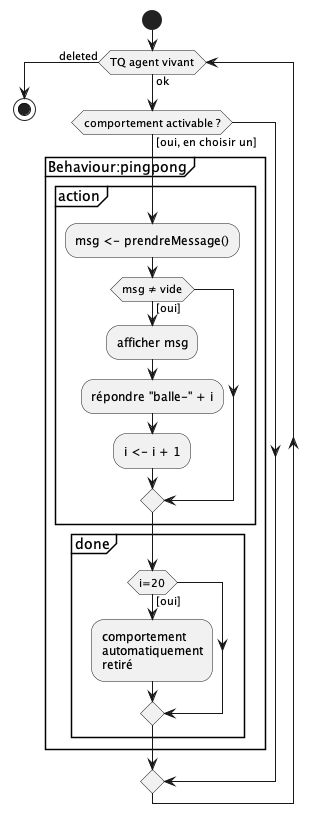
Earlier version of the PlantUML export pingPong/compPingPong.png (EmmanuelADAM/jade).
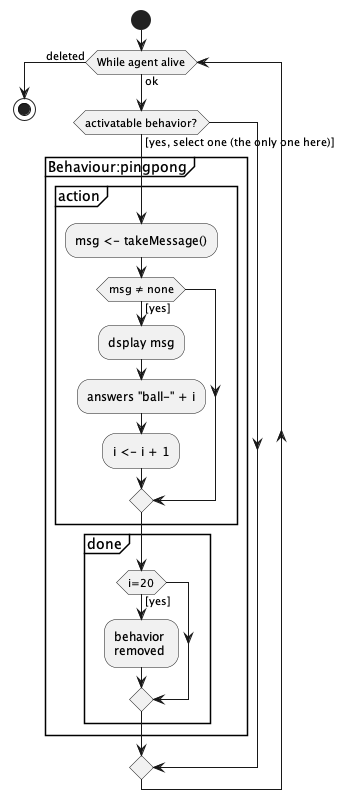
After the commit.

Change to the diagram source:
```diff
@@ -1,20 +1,20 @@
 @startuml compPingPong
 
 start
-while (TQ agent vivant) is (ok)
-if (comportement activable ?) then ([oui, en choisir un])
+while (While agent alive) is (ok)
+if (activatable behavior?) then ([yes, select one (the only one here)])
     partition "Behaviour:pingpong" {
       partition "action" {
-          :msg <- prendreMessage();
-          if (msg ≠ vide) then ([oui])
-            :afficher msg;
-            :répondre "balle-" + i;
+          :msg <- takeMessage();
+          if (msg ≠ none) then ([yes])
+            :dsplay msg;
+            :answers "ball-" + i;
             :i <- i + 1;
           endif
       }
       partition "done" {
-          if (i=20) then ([oui])
-            :comportement \nautomatiquement\nretiré;
+          if (i=20) then ([yes])
+            :behavior \nremoved;
           endif
       }
     }
```
